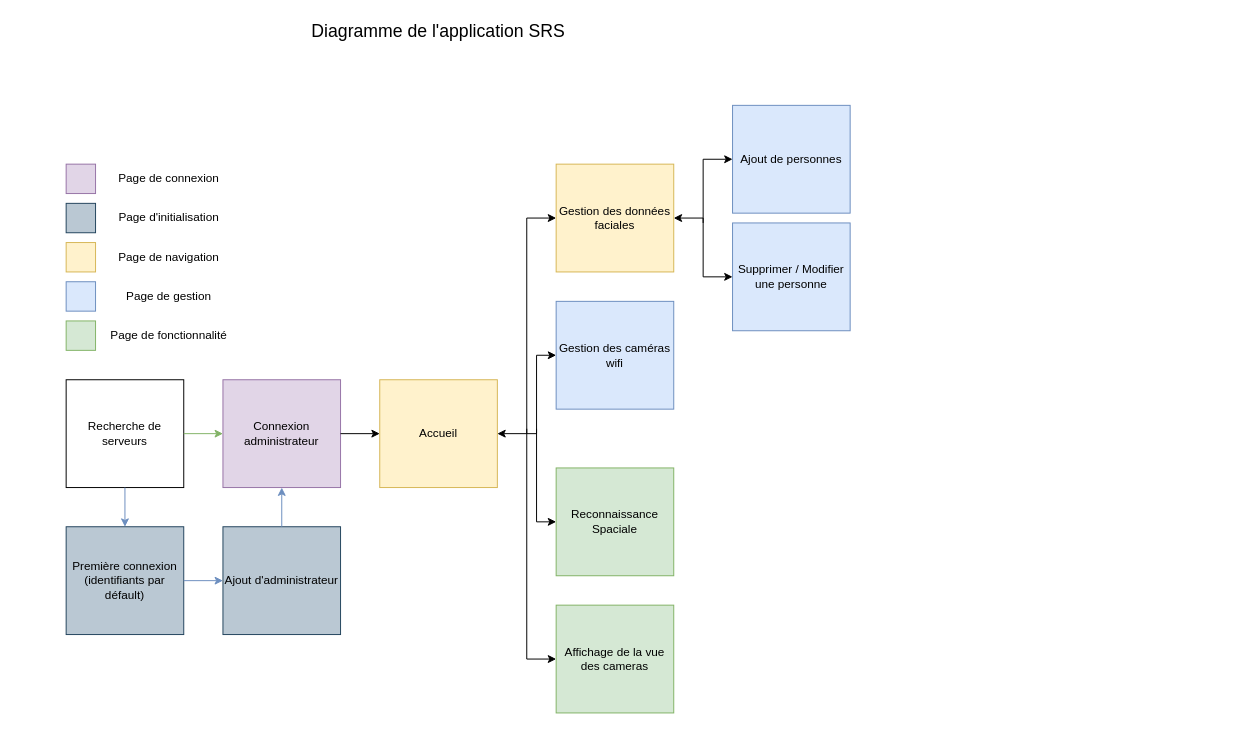
Earlier version of the draw.io diagram docs-server/docs/ressources/diagrams/application.drawio (Relka-Dev/SRS). Source tidied: cells renumbered, new cells numbered last; positions are measured from the earlier drawing's top-left corner, leaving out a move shared by most shapes. Both pictures are drawn from the tidied source at 98%, with x=0, y=0 at pixel (66, 17). Pictures stored in the file or linked from it are replaced by grey dashed boxes.
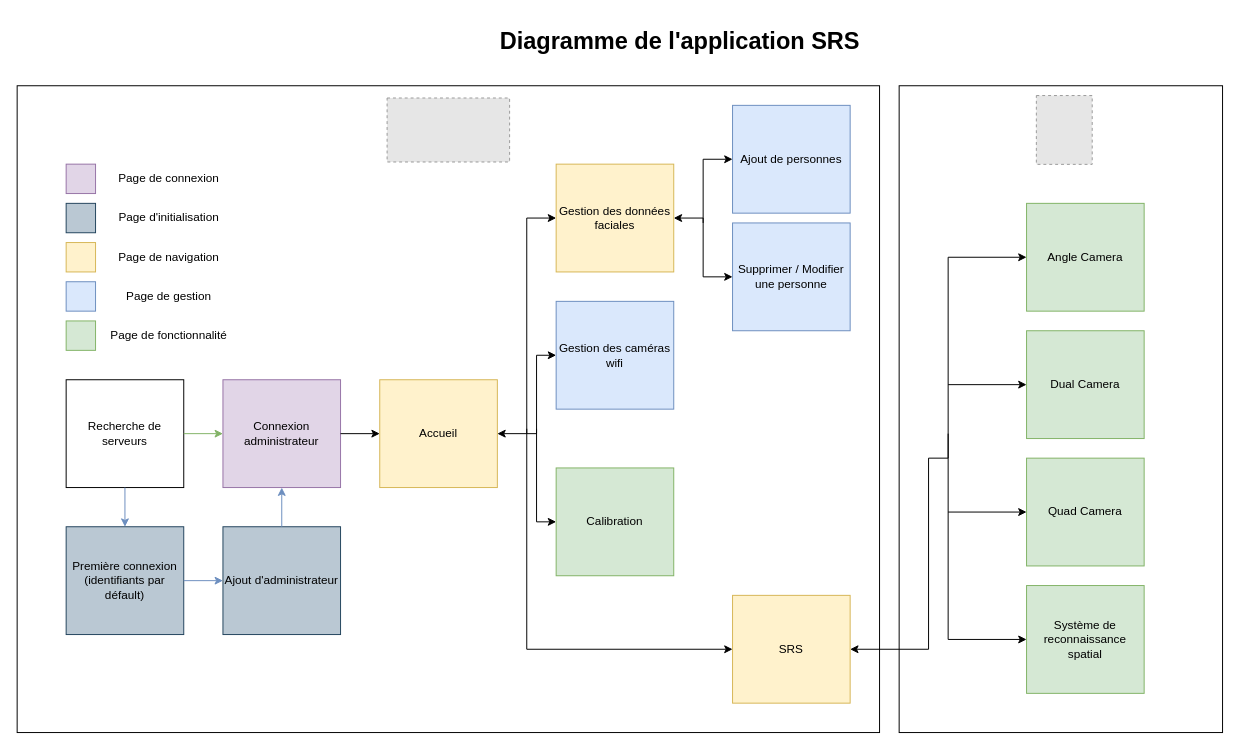
After the change.

Change to the diagram source:
```diff
@@
+    <mxCell id="35" style="rounded=0;whiteSpace=wrap;html=1;" parent="1" vertex="1">
+      <mxGeometry x="850" y="70" width="330" height="660" as="geometry" />
+    </mxCell>
+    <mxCell id="36" style="rounded=0;whiteSpace=wrap;html=1;" parent="1" vertex="1">
+      <mxGeometry x="-50" y="70" width="880" height="660" as="geometry" />
+    </mxCell>
@@
-    <mxCell id="20" style="endArrow=classic;html=1;rounded=0;entryX=0;entryY=0.5;entryDx=0;entryDy=0;" parent="1" edge="1" target="23">
+    <mxCell id="20" style="endArrow=classic;html=1;rounded=0;entryX=0;entryY=0.5;entryDx=0;entryDy=0;" parent="1" edge="1" target="37">
       <mxGeometry relative="1" as="geometry">
         <mxPoint x="470" y="420" as="sourcePoint" />
         <Array as="points">
-          <mxPoint x="470" y="655" />
+          <mxPoint x="470" y="645" />
         </Array>
       </mxGeometry>
     </mxCell>
-    <mxCell id="21" value="Reconnaissance Spaciale" style="rounded=0;whiteSpace=wrap;html=1;fillColor=#d5e8d4;strokeColor=#82b366;" parent="1" vertex="1">
+    <mxCell id="21" value="Calibration" style="rounded=0;whiteSpace=wrap;html=1;fillColor=#d5e8d4;strokeColor=#82b366;" parent="1" vertex="1">
       <mxGeometry x="500" y="460" width="120" height="110" as="geometry" />
     </mxCell>
@@
-    <mxCell id="23" value="Affichage de la vue des cameras" style="rounded=0;whiteSpace=wrap;html=1;fillColor=#d5e8d4;strokeColor=#82b366;" parent="1" vertex="1">
-      <mxGeometry x="500" y="600" width="120" height="110" as="geometry" />
-    </mxCell>
-    <mxCell id="24" value="&lt;font style=&quot;font-size: 18px;&quot;&gt;Diagramme de l'application SRS&lt;/font&gt;" style="text;html=1;align=center;verticalAlign=middle;whiteSpace=wrap;rounded=0;" parent="1" vertex="1">
-      <mxGeometry x="240" width="280" height="30" as="geometry" />
+    <mxCell id="24" value="&lt;font style=&quot;font-size: 24px;&quot;&gt;&lt;b&gt;Diagramme de l'application SRS&lt;/b&gt;&lt;/font&gt;" style="text;html=1;align=center;verticalAlign=middle;whiteSpace=wrap;rounded=0;" parent="1" vertex="1">
+      <mxGeometry x="390" y="10" width="473" height="30" as="geometry" />
     </mxCell>
@@
+    <mxCell id="37" value="SRS" style="rounded=0;whiteSpace=wrap;html=1;fillColor=#fff2cc;strokeColor=#d6b656;" parent="1" vertex="1">
+      <mxGeometry x="680" y="590" width="120" height="110" as="geometry" />
+    </mxCell>
+    <mxCell id="38" value="Angle Camera" style="rounded=0;whiteSpace=wrap;html=1;fillColor=#d5e8d4;strokeColor=#82b366;" parent="1" vertex="1">
+      <mxGeometry x="980" y="190" width="120" height="110" as="geometry" />
+    </mxCell>
+    <mxCell id="39" value="Dual Camera" style="rounded=0;whiteSpace=wrap;html=1;fillColor=#d5e8d4;strokeColor=#82b366;" parent="1" vertex="1">
+      <mxGeometry x="980" y="320" width="120" height="110" as="geometry" />
+    </mxCell>
+    <mxCell id="40" value="Quad Camera" style="rounded=0;whiteSpace=wrap;html=1;fillColor=#d5e8d4;strokeColor=#82b366;" parent="1" vertex="1">
+      <mxGeometry x="980" y="450" width="120" height="110" as="geometry" />
+    </mxCell>
+    <mxCell id="41" value="Système de reconnaissance spatial" style="rounded=0;whiteSpace=wrap;html=1;fillColor=#d5e8d4;strokeColor=#82b366;" parent="1" vertex="1">
+      <mxGeometry x="980" y="580" width="120" height="110" as="geometry" />
+    </mxCell>
+    <mxCell id="42" style="endArrow=classic;startArrow=classic;html=1;rounded=0;entryX=0;entryY=0.5;entryDx=0;entryDy=0;exitX=1;exitY=0.5;exitDx=0;exitDy=0;" parent="1" edge="1" source="37" target="38">
+      <mxGeometry relative="1" as="geometry">
+        <Array as="points">
+          <mxPoint x="880" y="645" />
+          <mxPoint x="880" y="450" />
+          <mxPoint x="900" y="450" />
+          <mxPoint x="900" y="245" />
+        </Array>
+      </mxGeometry>
+    </mxCell>
+    <mxCell id="43" style="endArrow=classic;html=1;rounded=0;entryX=0;entryY=0.5;entryDx=0;entryDy=0;" parent="1" edge="1" target="39">
+      <mxGeometry relative="1" as="geometry">
+        <mxPoint x="900" y="375" as="sourcePoint" />
+      </mxGeometry>
+    </mxCell>
+    <mxCell id="44" style="endArrow=classic;html=1;rounded=0;entryX=0;entryY=0.5;entryDx=0;entryDy=0;" parent="1" edge="1" target="41">
+      <mxGeometry relative="1" as="geometry">
+        <mxPoint x="900" y="425" as="sourcePoint" />
+        <Array as="points">
+          <mxPoint x="900" y="635" />
+        </Array>
+      </mxGeometry>
+    </mxCell>
+    <mxCell id="45" style="endArrow=classic;html=1;rounded=0;entryX=0;entryY=0.5;entryDx=0;entryDy=0;" parent="1" edge="1" target="40">
+      <mxGeometry relative="1" as="geometry">
+        <mxPoint x="900" y="505" as="sourcePoint" />
+      </mxGeometry>
+    </mxCell>
+    <mxCell id="46" style="fillColor=#E6E6E6;strokeColor=#999999;dashed=1;verticalLabelPosition=bottom;labelBackgroundColor=default;verticalAlign=top;" parent="1" vertex="1">
+      <mxGeometry x="990" y="80" width="57" height="70.2" as="geometry" />
+    </mxCell>
+    <mxCell id="47" style="fillColor=#E6E6E6;strokeColor=#999999;dashed=1;verticalLabelPosition=bottom;labelBackgroundColor=default;verticalAlign=top;" parent="1" vertex="1">
+      <mxGeometry x="327.5" y="82.5" width="125" height="65.3" as="geometry" />
+    </mxCell>
```
